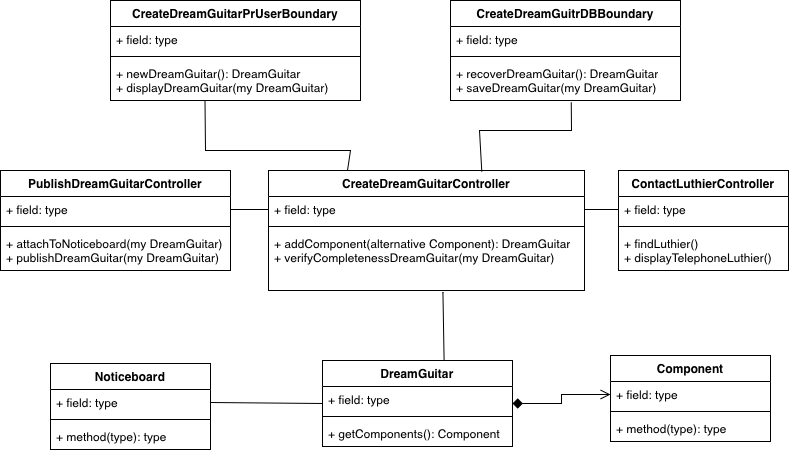
The draw.io diagram BCET.drawio.png in TizianoLilli/ISPW-Project, before a commit. Source tidied: cells renumbered, new cells last; positions are measured from the earlier drawing's top-left corner, leaving out a move shared by most shapes.
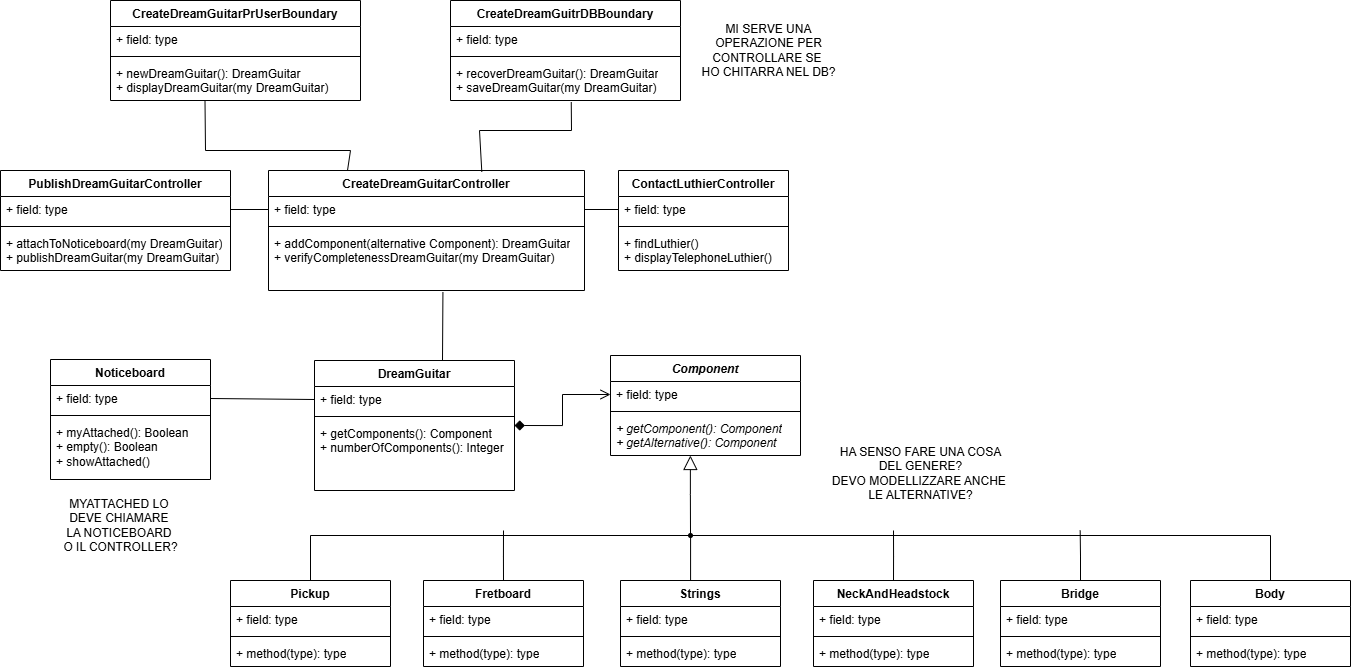
The same diagram one commit later.

What changed in the source:
```diff
@@ -3,19 +3,19 @@
     <mxCell id="0" />
     <mxCell id="1" parent="0" />
     <mxCell id="2" value="DreamGuitar" style="swimlane;fontStyle=1;align=center;verticalAlign=top;horizontal=1;startSize=26;whiteSpace=wrap;html=1;" parent="1" vertex="1">
-      <mxGeometry x="322" y="360" width="190" height="86" as="geometry" />
+      <mxGeometry x="314" y="360" width="200" height="130" as="geometry" />
     </mxCell>
     <mxCell id="3" value="+ field: type" style="text;strokeColor=none;fillColor=none;align=left;verticalAlign=top;spacingLeft=4;spacingRight=4;overflow=hidden;points=[[0,0.5],[1,0.5]];portConstraint=eastwest;whiteSpace=wrap;html=1;" parent="2" vertex="1">
-      <mxGeometry y="26" width="190" height="26" as="geometry" />
+      <mxGeometry y="26" width="200" height="26" as="geometry" />
     </mxCell>
     <mxCell id="4" style="line;strokeWidth=1;fillColor=none;align=left;verticalAlign=middle;spacingTop=-1;spacingLeft=3;spacingRight=3;labelPosition=right;strokeColor=inherit;" parent="2" vertex="1">
-      <mxGeometry y="52" width="190" height="8" as="geometry" />
+      <mxGeometry y="52" width="200" height="8" as="geometry" />
     </mxCell>
-    <mxCell id="5" value="+ getComponents(): Component" style="text;strokeColor=none;fillColor=none;align=left;verticalAlign=top;spacingLeft=4;spacingRight=4;overflow=hidden;whiteSpace=wrap;html=1;" parent="2" vertex="1">
-      <mxGeometry y="60" width="190" height="26" as="geometry" />
+    <mxCell id="5" value="+ getComponents(): Component&lt;div&gt;+ numberOfComponents(): Integer&lt;/div&gt;" style="text;strokeColor=none;fillColor=none;align=left;verticalAlign=top;spacingLeft=4;spacingRight=4;overflow=hidden;whiteSpace=wrap;html=1;" parent="2" vertex="1">
+      <mxGeometry y="60" width="200" height="70" as="geometry" />
     </mxCell>
     <mxCell id="6" value="Noticeboard" style="swimlane;fontStyle=1;align=center;verticalAlign=top;horizontal=1;startSize=26;whiteSpace=wrap;html=1;" parent="1" vertex="1">
-      <mxGeometry x="50" y="363" width="160" height="86" as="geometry" />
+      <mxGeometry x="50" y="359" width="160" height="120" as="geometry" />
     </mxCell>
     <mxCell id="7" value="+ field: type" style="text;strokeColor=none;fillColor=none;align=left;verticalAlign=top;spacingLeft=4;spacingRight=4;overflow=hidden;points=[[0,0.5],[1,0.5]];portConstraint=eastwest;whiteSpace=wrap;html=1;" parent="6" vertex="1">
       <mxGeometry y="26" width="160" height="26" as="geometry" />
@@ -23,8 +23,8 @@
     <mxCell id="8" style="line;strokeWidth=1;fillColor=none;align=left;verticalAlign=middle;spacingTop=-1;spacingLeft=3;spacingRight=3;labelPosition=right;strokeColor=inherit;" parent="6" vertex="1">
       <mxGeometry y="52" width="160" height="8" as="geometry" />
     </mxCell>
-    <mxCell id="9" value="+ method(type): type" style="text;strokeColor=none;fillColor=none;align=left;verticalAlign=top;spacingLeft=4;spacingRight=4;overflow=hidden;whiteSpace=wrap;html=1;" parent="6" vertex="1">
-      <mxGeometry y="60" width="160" height="26" as="geometry" />
+    <mxCell id="9" value="&lt;div&gt;&lt;span style=&quot;background-color: initial;&quot;&gt;+ myAttached(): Boolean&lt;/span&gt;&lt;/div&gt;&lt;div&gt;&lt;span style=&quot;background-color: initial;&quot;&gt;+ empty(): Boolean&lt;/span&gt;&lt;/div&gt;&lt;div&gt;+ showAttached()&lt;/div&gt;" style="text;strokeColor=none;fillColor=none;align=left;verticalAlign=top;spacingLeft=4;spacingRight=4;overflow=hidden;whiteSpace=wrap;html=1;" parent="6" vertex="1">
+      <mxGeometry y="60" width="160" height="60" as="geometry" />
     </mxCell>
     <mxCell id="10" value="CreateDreamGuitarPrUserBoundary" style="swimlane;fontStyle=1;align=center;verticalAlign=top;horizontal=1;startSize=26;whiteSpace=wrap;html=1;" parent="1" vertex="1">
       <mxGeometry x="110" width="250" height="100" as="geometry" />
@@ -86,22 +86,22 @@
     <mxCell id="29" value="&lt;div&gt;+ addComponent(alternative Component): DreamGuitar&lt;br&gt;&lt;/div&gt;+ verifyCompletenessDreamGuitar(my DreamGuitar)" style="text;strokeColor=none;fillColor=none;align=left;verticalAlign=top;spacingLeft=4;spacingRight=4;overflow=hidden;points=[[0,0.5],[1,0.5]];portConstraint=eastwest;whiteSpace=wrap;html=1;" parent="26" vertex="1">
       <mxGeometry y="60" width="316" height="60" as="geometry" />
     </mxCell>
-    <mxCell id="30" value="Component" style="swimlane;fontStyle=1;align=center;verticalAlign=top;horizontal=1;startSize=26;whiteSpace=wrap;html=1;" parent="1" vertex="1">
-      <mxGeometry x="610" y="355" width="160" height="86" as="geometry" />
+    <mxCell id="30" value="&lt;i&gt;Component&lt;/i&gt;" style="swimlane;fontStyle=1;align=center;verticalAlign=top;horizontal=1;startSize=26;whiteSpace=wrap;html=1;" parent="1" vertex="1">
+      <mxGeometry x="610" y="355" width="190" height="100" as="geometry" />
     </mxCell>
     <mxCell id="31" value="+ field: type" style="text;strokeColor=none;fillColor=none;align=left;verticalAlign=top;spacingLeft=4;spacingRight=4;overflow=hidden;points=[[0,0.5],[1,0.5]];portConstraint=eastwest;whiteSpace=wrap;html=1;" parent="30" vertex="1">
-      <mxGeometry y="26" width="160" height="26" as="geometry" />
+      <mxGeometry y="26" width="190" height="26" as="geometry" />
     </mxCell>
     <mxCell id="32" style="line;strokeWidth=1;fillColor=none;align=left;verticalAlign=middle;spacingTop=-1;spacingLeft=3;spacingRight=3;labelPosition=right;strokeColor=inherit;" parent="30" vertex="1">
-      <mxGeometry y="52" width="160" height="8" as="geometry" />
+      <mxGeometry y="52" width="190" height="8" as="geometry" />
     </mxCell>
-    <mxCell id="33" value="+ method(type): type" style="text;strokeColor=none;fillColor=none;align=left;verticalAlign=top;spacingLeft=4;spacingRight=4;overflow=hidden;points=[[0,0.5],[1,0.5]];portConstraint=eastwest;whiteSpace=wrap;html=1;" parent="30" vertex="1">
-      <mxGeometry y="60" width="160" height="26" as="geometry" />
+    <mxCell id="33" value="&lt;i&gt;+ getComponent(): Component&lt;/i&gt;&lt;div&gt;&lt;i&gt;+ getAlternative(): Component&lt;/i&gt;&lt;i&gt;&lt;/i&gt;&lt;/div&gt;" style="text;strokeColor=none;fillColor=none;align=left;verticalAlign=top;spacingLeft=4;spacingRight=4;overflow=hidden;points=[[0,0.5],[1,0.5]];portConstraint=eastwest;whiteSpace=wrap;html=1;" parent="30" vertex="1">
+      <mxGeometry y="60" width="190" height="40" as="geometry" />
     </mxCell>
     <mxCell id="34" style="html=1;labelBackgroundColor=#ffffff;jettySize=auto;fontSize=14;rounded=0;jumpStyle=gap;edgeStyle=orthogonalEdgeStyle;startArrow=diamond;startFill=1;endArrow=open;strokeWidth=1;startSize=8;endSize=8;curved=0;exitX=1;exitY=0.5;exitDx=0;exitDy=0;entryX=0;entryY=0.5;entryDx=0;entryDy=0;" parent="1" edge="1" source="2" target="31">
       <mxGeometry relative="1" as="geometry" />
     </mxCell>
-    <mxCell id="35" style="endArrow=none;html=1;rounded=0;fontSize=12;startSize=8;endSize=8;curved=1;exitX=1;exitY=0.5;exitDx=0;exitDy=0;entryX=0;entryY=0.5;entryDx=0;entryDy=0;" parent="1" edge="1" source="7" target="2">
+    <mxCell id="35" style="endArrow=none;html=1;rounded=0;fontSize=12;startSize=8;endSize=8;curved=1;exitX=1;exitY=0.5;exitDx=0;exitDy=0;entryX=0;entryY=0.5;entryDx=0;entryDy=0;" parent="1" edge="1" source="7" target="3">
       <mxGeometry relative="1" as="geometry" />
     </mxCell>
     <mxCell id="36" style="endArrow=none;html=1;rounded=0;fontSize=12;startSize=8;endSize=8;curved=1;exitX=0;exitY=0.5;exitDx=0;exitDy=0;entryX=1;entryY=0.5;entryDx=0;entryDy=0;" parent="1" edge="1" source="19" target="27">
@@ -129,5 +129,121 @@
     <mxCell id="40" style="edgeStyle=none;curved=1;rounded=0;jettySize=auto;html=1;exitX=1;exitY=0.5;exitDx=0;exitDy=0;entryX=0;entryY=0.5;entryDx=0;entryDy=0;fontSize=12;startSize=8;endSize=8;endArrow=none;endFill=0;" parent="1" edge="1" source="23" target="27">
       <mxGeometry relative="1" as="geometry" />
     </mxCell>
+    <mxCell id="41" value="Pickup" style="swimlane;fontStyle=1;align=center;verticalAlign=top;horizontal=1;startSize=26;whiteSpace=wrap;html=1;" parent="1" vertex="1">
+      <mxGeometry x="230" y="580" width="160" height="86" as="geometry" />
+    </mxCell>
+    <mxCell id="42" value="+ field: type" style="text;strokeColor=none;fillColor=none;align=left;verticalAlign=top;spacingLeft=4;spacingRight=4;overflow=hidden;whiteSpace=wrap;html=1;" parent="41" vertex="1">
+      <mxGeometry y="26" width="160" height="26" as="geometry" />
+    </mxCell>
+    <mxCell id="43" style="line;strokeWidth=1;fillColor=none;align=left;verticalAlign=middle;spacingTop=-1;spacingLeft=3;spacingRight=3;labelPosition=right;strokeColor=inherit;" parent="41" vertex="1">
+      <mxGeometry y="52" width="160" height="8" as="geometry" />
+    </mxCell>
+    <mxCell id="44" value="+ method(type): type" style="text;strokeColor=none;fillColor=none;align=left;verticalAlign=top;spacingLeft=4;spacingRight=4;overflow=hidden;whiteSpace=wrap;html=1;" parent="41" vertex="1">
+      <mxGeometry y="60" width="160" height="26" as="geometry" />
+    </mxCell>
+    <mxCell id="45" style="edgeStyle=orthogonalEdgeStyle;rounded=0;jettySize=auto;html=1;exitX=0.5;exitY=0;exitDx=0;exitDy=0;endArrow=none;endFill=0;" parent="1" edge="1" source="46">
+      <mxGeometry relative="1" as="geometry">
+        <mxPoint x="503" y="530" as="targetPoint" />
+      </mxGeometry>
+    </mxCell>
+    <mxCell id="46" value="Fretboard" style="swimlane;fontStyle=1;align=center;verticalAlign=top;horizontal=1;startSize=26;whiteSpace=wrap;html=1;" parent="1" vertex="1">
+      <mxGeometry x="423" y="580" width="160" height="86" as="geometry" />
+    </mxCell>
+    <mxCell id="47" value="+ field: type" style="text;strokeColor=none;fillColor=none;align=left;verticalAlign=top;spacingLeft=4;spacingRight=4;overflow=hidden;whiteSpace=wrap;html=1;" parent="46" vertex="1">
+      <mxGeometry y="26" width="160" height="26" as="geometry" />
+    </mxCell>
+    <mxCell id="48" style="line;strokeWidth=1;fillColor=none;align=left;verticalAlign=middle;spacingTop=-1;spacingLeft=3;spacingRight=3;labelPosition=right;strokeColor=inherit;" parent="46" vertex="1">
+      <mxGeometry y="52" width="160" height="8" as="geometry" />
+    </mxCell>
+    <mxCell id="49" value="+ method(type): type" style="text;strokeColor=none;fillColor=none;align=left;verticalAlign=top;spacingLeft=4;spacingRight=4;overflow=hidden;whiteSpace=wrap;html=1;" parent="46" vertex="1">
+      <mxGeometry y="60" width="160" height="26" as="geometry" />
+    </mxCell>
+    <mxCell id="50" value="Strings" style="swimlane;fontStyle=1;align=center;verticalAlign=top;horizontal=1;startSize=26;whiteSpace=wrap;html=1;" parent="1" vertex="1">
+      <mxGeometry x="620" y="580" width="160" height="86" as="geometry" />
+    </mxCell>
+    <mxCell id="51" value="+ field: type" style="text;strokeColor=none;fillColor=none;align=left;verticalAlign=top;spacingLeft=4;spacingRight=4;overflow=hidden;whiteSpace=wrap;html=1;" parent="50" vertex="1">
+      <mxGeometry y="26" width="160" height="26" as="geometry" />
+    </mxCell>
+    <mxCell id="52" style="line;strokeWidth=1;fillColor=none;align=left;verticalAlign=middle;spacingTop=-1;spacingLeft=3;spacingRight=3;labelPosition=right;strokeColor=inherit;" parent="50" vertex="1">
+      <mxGeometry y="52" width="160" height="8" as="geometry" />
+    </mxCell>
+    <mxCell id="53" value="+ method(type): type" style="text;strokeColor=none;fillColor=none;align=left;verticalAlign=top;spacingLeft=4;spacingRight=4;overflow=hidden;whiteSpace=wrap;html=1;" parent="50" vertex="1">
+      <mxGeometry y="60" width="160" height="26" as="geometry" />
+    </mxCell>
+    <mxCell id="54" style="edgeStyle=orthogonalEdgeStyle;rounded=0;jettySize=auto;html=1;exitX=0.5;exitY=0;exitDx=0;exitDy=0;endArrow=none;endFill=0;" parent="1" edge="1" source="55">
+      <mxGeometry relative="1" as="geometry">
+        <mxPoint x="893" y="530" as="targetPoint" />
+      </mxGeometry>
+    </mxCell>
+    <mxCell id="55" value="NeckAndHeadstock" style="swimlane;fontStyle=1;align=center;verticalAlign=top;horizontal=1;startSize=26;whiteSpace=wrap;html=1;" parent="1" vertex="1">
+      <mxGeometry x="813" y="580" width="160" height="86" as="geometry" />
+    </mxCell>
+    <mxCell id="56" value="+ field: type" style="text;strokeColor=none;fillColor=none;align=left;verticalAlign=top;spacingLeft=4;spacingRight=4;overflow=hidden;whiteSpace=wrap;html=1;" parent="55" vertex="1">
+      <mxGeometry y="26" width="160" height="26" as="geometry" />
+    </mxCell>
+    <mxCell id="57" style="line;strokeWidth=1;fillColor=none;align=left;verticalAlign=middle;spacingTop=-1;spacingLeft=3;spacingRight=3;labelPosition=right;strokeColor=inherit;" parent="55" vertex="1">
+      <mxGeometry y="52" width="160" height="8" as="geometry" />
+    </mxCell>
+    <mxCell id="58" value="+ method(type): type" style="text;strokeColor=none;fillColor=none;align=left;verticalAlign=top;spacingLeft=4;spacingRight=4;overflow=hidden;whiteSpace=wrap;html=1;" parent="55" vertex="1">
+      <mxGeometry y="60" width="160" height="26" as="geometry" />
+    </mxCell>
+    <mxCell id="59" style="edgeStyle=orthogonalEdgeStyle;rounded=0;jettySize=auto;html=1;exitX=0.5;exitY=0;exitDx=0;exitDy=0;endArrow=none;endFill=0;" parent="1" edge="1" source="60">
+      <mxGeometry relative="1" as="geometry">
+        <mxPoint x="1079.7" y="530" as="targetPoint" />
+      </mxGeometry>
+    </mxCell>
+    <mxCell id="60" value="Bridge" style="swimlane;fontStyle=1;align=center;verticalAlign=top;horizontal=1;startSize=26;whiteSpace=wrap;html=1;" parent="1" vertex="1">
+      <mxGeometry x="1000" y="580" width="160" height="86" as="geometry" />
+    </mxCell>
+    <mxCell id="61" value="+ field: type" style="text;strokeColor=none;fillColor=none;align=left;verticalAlign=top;spacingLeft=4;spacingRight=4;overflow=hidden;whiteSpace=wrap;html=1;" parent="60" vertex="1">
+      <mxGeometry y="26" width="160" height="26" as="geometry" />
+    </mxCell>
+    <mxCell id="62" style="line;strokeWidth=1;fillColor=none;align=left;verticalAlign=middle;spacingTop=-1;spacingLeft=3;spacingRight=3;labelPosition=right;strokeColor=inherit;" parent="60" vertex="1">
+      <mxGeometry y="52" width="160" height="8" as="geometry" />
+    </mxCell>
+    <mxCell id="63" value="+ method(type): type" style="text;strokeColor=none;fillColor=none;align=left;verticalAlign=top;spacingLeft=4;spacingRight=4;overflow=hidden;whiteSpace=wrap;html=1;" parent="60" vertex="1">
+      <mxGeometry y="60" width="160" height="26" as="geometry" />
+    </mxCell>
+    <mxCell id="64" value="Body" style="swimlane;fontStyle=1;align=center;verticalAlign=top;horizontal=1;startSize=26;whiteSpace=wrap;html=1;" parent="1" vertex="1">
+      <mxGeometry x="1190" y="580" width="160" height="86" as="geometry" />
+    </mxCell>
+    <mxCell id="65" value="+ field: type" style="text;strokeColor=none;fillColor=none;align=left;verticalAlign=top;spacingLeft=4;spacingRight=4;overflow=hidden;whiteSpace=wrap;html=1;" parent="64" vertex="1">
+      <mxGeometry y="26" width="160" height="26" as="geometry" />
+    </mxCell>
+    <mxCell id="66" style="line;strokeWidth=1;fillColor=none;align=left;verticalAlign=middle;spacingTop=-1;spacingLeft=3;spacingRight=3;labelPosition=right;strokeColor=inherit;" parent="64" vertex="1">
+      <mxGeometry y="52" width="160" height="8" as="geometry" />
+    </mxCell>
+    <mxCell id="67" value="+ method(type): type" style="text;strokeColor=none;fillColor=none;align=left;verticalAlign=top;spacingLeft=4;spacingRight=4;overflow=hidden;whiteSpace=wrap;html=1;" parent="64" vertex="1">
+      <mxGeometry y="60" width="160" height="26" as="geometry" />
+    </mxCell>
+    <mxCell id="68" style="verticalAlign=bottom;html=1;ellipse;fillColor=strokeColor;fontFamily=Helvetica;fontSize=11;fontColor=default;" parent="1" vertex="1">
+      <mxGeometry x="688" y="533" width="4" height="4" as="geometry" />
+    </mxCell>
+    <mxCell id="69" style="edgeStyle=elbowEdgeStyle;html=1;endSize=12;endArrow=block;endFill=0;elbow=horizontal;rounded=0;labelBackgroundColor=default;fontFamily=Helvetica;fontSize=11;fontColor=default;shape=connector;" parent="1" edge="1" source="68" target="33">
+      <mxGeometry x="1" relative="1" as="geometry" />
+    </mxCell>
+    <mxCell id="70" style="edgeStyle=elbowEdgeStyle;html=1;elbow=vertical;verticalAlign=bottom;endArrow=none;rounded=0;labelBackgroundColor=default;fontFamily=Helvetica;fontSize=11;fontColor=default;startSize=14;shape=connector;entryX=0.5;entryY=0;entryDx=0;entryDy=0;" parent="1" edge="1" source="68" target="64">
+      <mxGeometry x="1" relative="1" as="geometry">
+        <Array as="points">
+          <mxPoint x="730" y="535" />
+        </Array>
+      </mxGeometry>
+    </mxCell>
+    <mxCell id="71" style="edgeStyle=elbowEdgeStyle;html=1;elbow=vertical;verticalAlign=bottom;endArrow=none;rounded=0;labelBackgroundColor=default;fontFamily=Helvetica;fontSize=11;fontColor=default;startSize=14;shape=connector;entryX=0.5;entryY=0;entryDx=0;entryDy=0;exitX=0.438;exitY=0;exitDx=0;exitDy=0;exitPerimeter=0;" parent="1" edge="1" source="50" target="41">
+      <mxGeometry x="1" relative="1" as="geometry">
+        <Array as="points">
+          <mxPoint x="650" y="535" />
+        </Array>
+      </mxGeometry>
+    </mxCell>
+    <mxCell id="72" value="MYATTACHED LO&amp;nbsp;&lt;div&gt;DEVE CHIAMARE&amp;nbsp;&lt;/div&gt;&lt;div&gt;LA NOTICEBOARD&amp;nbsp;&lt;/div&gt;&lt;div&gt;O IL CONTROLLER?&lt;/div&gt;" style="text;html=1;align=center;verticalAlign=middle;strokeColor=none;fillColor=none;" parent="1" vertex="1">
+      <mxGeometry x="50" y="490" width="140" height="70" as="geometry" />
+    </mxCell>
+    <mxCell id="73" value="HA SENSO FARE UNA COSA&lt;div&gt;DEL GENERE?&lt;/div&gt;&lt;div&gt;DEVO MODELLIZZARE ANCHE&amp;nbsp;&lt;/div&gt;&lt;div&gt;LE ALTERNATIVE?&lt;/div&gt;" style="text;html=1;align=center;verticalAlign=middle;strokeColor=none;fillColor=none;" parent="1" vertex="1">
+      <mxGeometry x="820" y="438" width="200" height="70" as="geometry" />
+    </mxCell>
+    <mxCell id="74" value="MI SERVE UNA&lt;div&gt;OPERAZIONE PER&lt;/div&gt;&lt;div&gt;CONTROLLARE SE&amp;nbsp;&lt;/div&gt;&lt;div&gt;HO CHITARRA NEL DB?&lt;/div&gt;" style="text;html=1;align=center;verticalAlign=middle;strokeColor=none;fillColor=none;" parent="1" vertex="1">
+      <mxGeometry x="688" y="15" width="160" height="70" as="geometry" />
+    </mxCell>
   </root>
 </mxGraphModel>
```
